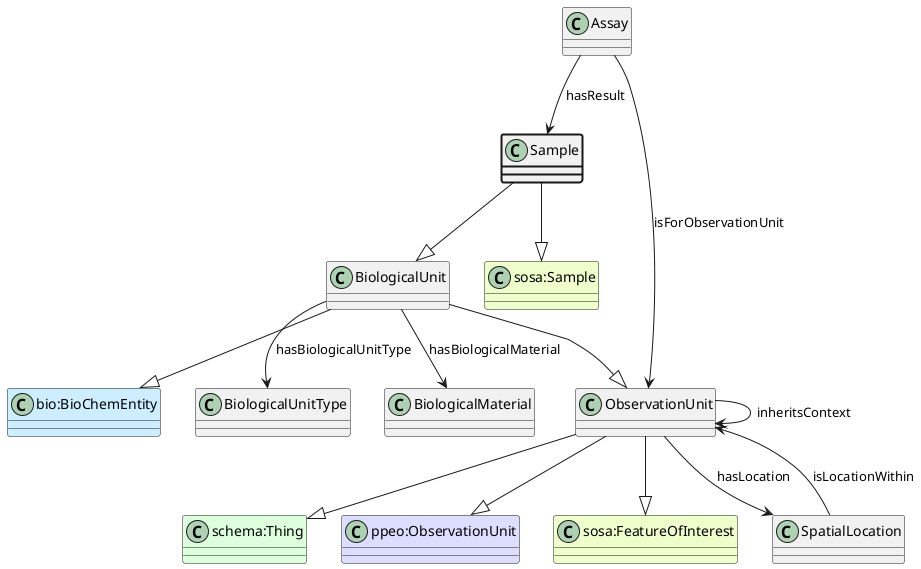
Before: ttl_uml/ttl_appn_Sample.png, a diagram exported from PlantUML (aus-plant-phenomics-network/appn-schema).
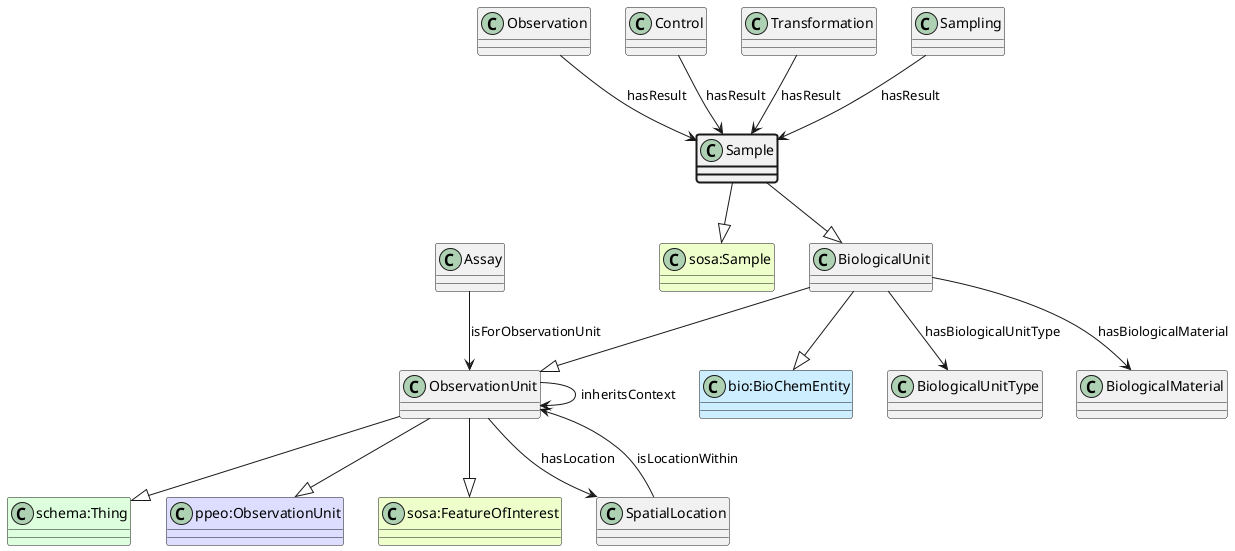
The same file after the commit.

Change to the diagram source:
```diff
@@ -14,8 +14,14 @@
 class "bio:BioChemEntity" #CCEEFF
 BiologicalUnit --|> "bio:BioChemEntity"
 Sample --|> BiologicalUnit
-class Assay
-Assay --> Sample : hasResult
+class Observation
+Observation --> Sample : hasResult
+class Control
+Control --> Sample : hasResult
+class Transformation
+Transformation --> Sample : hasResult
+class Sampling
+Sampling --> Sample : hasResult
 class BiologicalUnitType
 BiologicalUnit --> BiologicalUnitType : hasBiologicalUnitType
 class BiologicalMaterial
```
